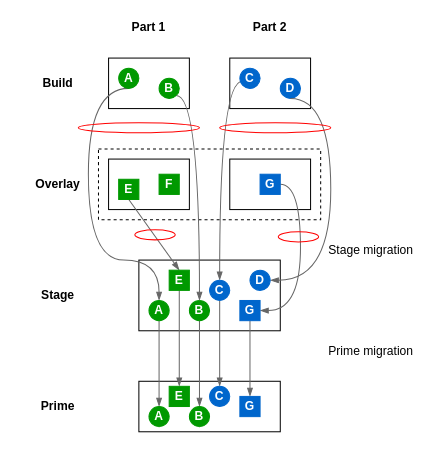
Above: docs/image-sources/overlay_migration.drawio in canonical/craft-parts (draw.io), before the change. Source tidied: cells renumbered, new cells numbered last; positions are measured from the earlier drawing's top-left corner, leaving out a move shared by most shapes. Both pictures are drawn from the tidied source at 101%, with x=0, y=0 at pixel (17, 17).
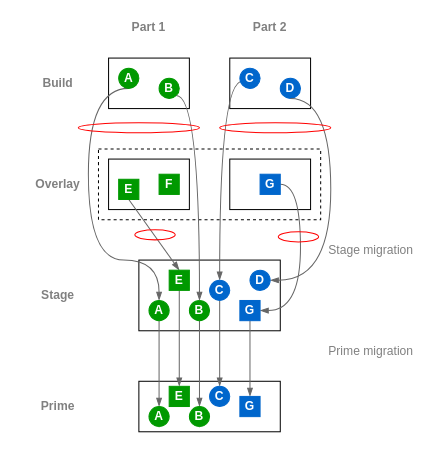
After the change.

Change to the diagram source:
```diff
@@
-    <mxCell id="2" value="&lt;b&gt;Overlay&lt;/b&gt;" style="rounded=0;whiteSpace=wrap;html=1;strokeColor=none;fillColor=none;" parent="1" vertex="1">
+    <mxCell id="2" value="&lt;b&gt;Overlay&lt;/b&gt;" style="rounded=0;whiteSpace=wrap;html=1;strokeColor=none;fillColor=none;fontColor=#808080;" parent="1" vertex="1">
       <mxGeometry y="155" width="80" height="20" as="geometry" />
     </mxCell>
@@
-    <mxCell id="9" value="&lt;b&gt;Part 1&lt;/b&gt;" style="rounded=0;whiteSpace=wrap;html=1;strokeColor=none;fillColor=none;" parent="1" vertex="1">
+    <mxCell id="9" value="&lt;b&gt;Part 1&lt;/b&gt;" style="rounded=0;whiteSpace=wrap;html=1;strokeColor=none;fillColor=none;fontColor=#808080;" parent="1" vertex="1">
       <mxGeometry x="90" width="80" height="20" as="geometry" />
     </mxCell>
-    <mxCell id="10" value="&lt;b&gt;Part 2&lt;/b&gt;" style="rounded=0;whiteSpace=wrap;html=1;strokeColor=none;fillColor=none;" parent="1" vertex="1">
+    <mxCell id="10" value="&lt;b&gt;Part 2&lt;/b&gt;" style="rounded=0;whiteSpace=wrap;html=1;strokeColor=none;fillColor=none;fontColor=#808080;" parent="1" vertex="1">
       <mxGeometry x="210" width="80" height="20" as="geometry" />
     </mxCell>
@@
-    <mxCell id="23" value="&lt;b&gt;Build&lt;/b&gt;" style="rounded=0;whiteSpace=wrap;html=1;strokeColor=none;fillColor=none;" parent="1" vertex="1">
+    <mxCell id="23" value="&lt;b&gt;Build&lt;/b&gt;" style="rounded=0;whiteSpace=wrap;html=1;strokeColor=none;fillColor=none;fontColor=#808080;" parent="1" vertex="1">
       <mxGeometry y="55" width="80" height="20" as="geometry" />
     </mxCell>
-    <mxCell id="24" value="&lt;b&gt;Stage&lt;/b&gt;" style="rounded=0;whiteSpace=wrap;html=1;strokeColor=none;fillColor=none;" parent="1" vertex="1">
+    <mxCell id="24" value="&lt;b&gt;Stage&lt;/b&gt;" style="rounded=0;whiteSpace=wrap;html=1;strokeColor=none;fillColor=none;fontColor=#808080;" parent="1" vertex="1">
       <mxGeometry y="265" width="80" height="20" as="geometry" />
     </mxCell>
@@
-    <mxCell id="28" value="&lt;b&gt;Prime&lt;/b&gt;" style="rounded=0;whiteSpace=wrap;html=1;strokeColor=none;fillColor=none;" parent="1" vertex="1">
+    <mxCell id="28" value="&lt;b&gt;Prime&lt;/b&gt;" style="rounded=0;whiteSpace=wrap;html=1;strokeColor=none;fillColor=none;fontColor=#808080;" parent="1" vertex="1">
       <mxGeometry y="375" width="80" height="20" as="geometry" />
     </mxCell>
-    <mxCell id="29" value="Stage migration" style="rounded=0;whiteSpace=wrap;html=1;strokeColor=none;fillColor=none;" parent="1" vertex="1">
+    <mxCell id="29" value="Stage migration" style="rounded=0;whiteSpace=wrap;html=1;strokeColor=none;fillColor=none;fontColor=#808080;" parent="1" vertex="1">
       <mxGeometry x="300" y="220" width="100" height="20" as="geometry" />
     </mxCell>
-    <mxCell id="30" value="Prime migration" style="rounded=0;whiteSpace=wrap;html=1;strokeColor=none;fillColor=none;" parent="1" vertex="1">
+    <mxCell id="30" value="Prime migration" style="rounded=0;whiteSpace=wrap;html=1;strokeColor=none;fillColor=none;fontColor=#808080;" parent="1" vertex="1">
       <mxGeometry x="300" y="320" width="100" height="20" as="geometry" />
     </mxCell>
```
